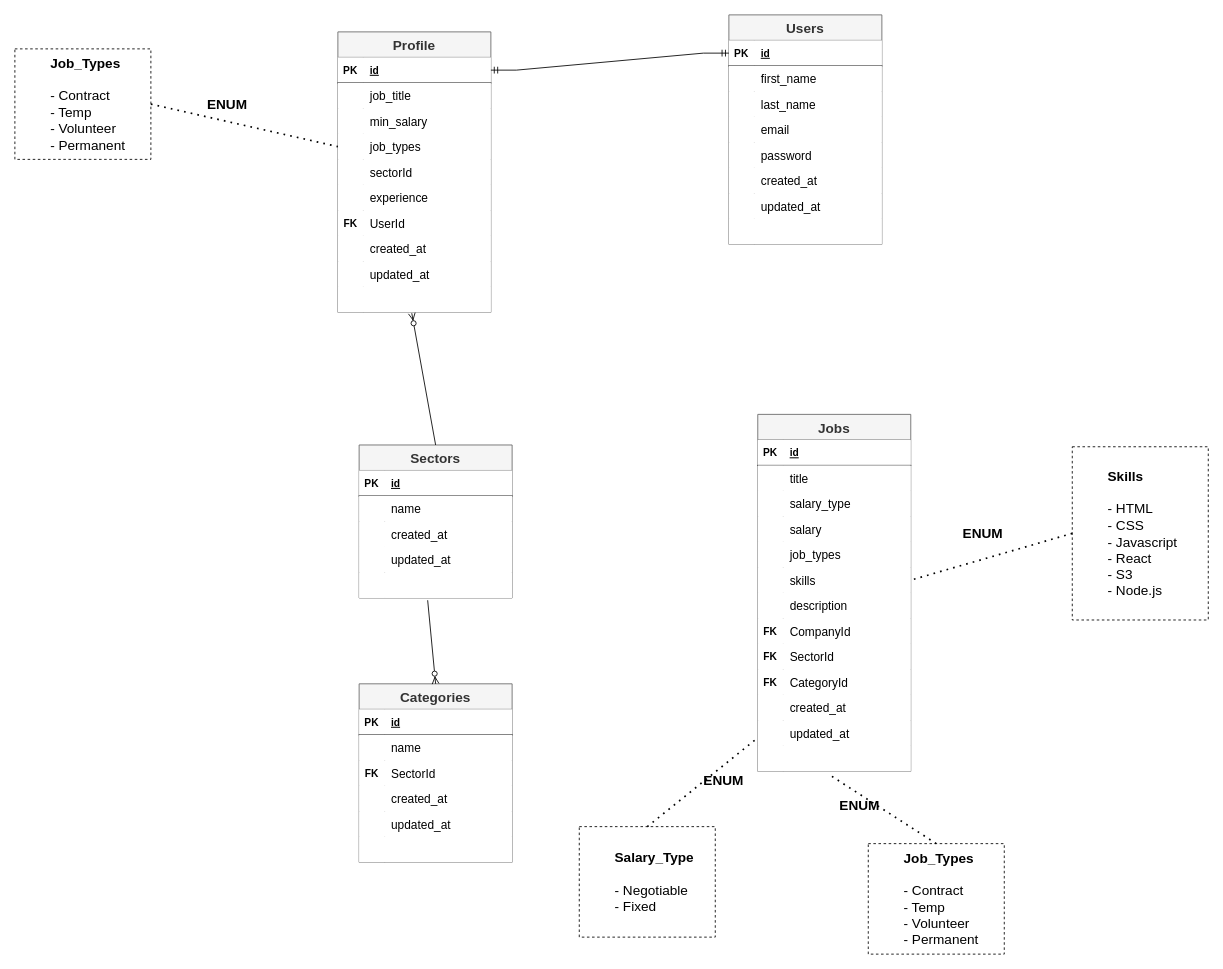
kingsley-ijomah/draw.io keeps this draw.io diagram as page "Jobs" (7 of 13) of JobPlus/Untitled Diagram.drawio. Above is the earlier version. Source tidied: cells renumbered, new cells numbered last; positions are measured from the earlier drawing's top-left corner, leaving out a move shared by most shapes. Both pictures are drawn from the tidied source at 85%, with x=0, y=0 at pixel (14, 14).
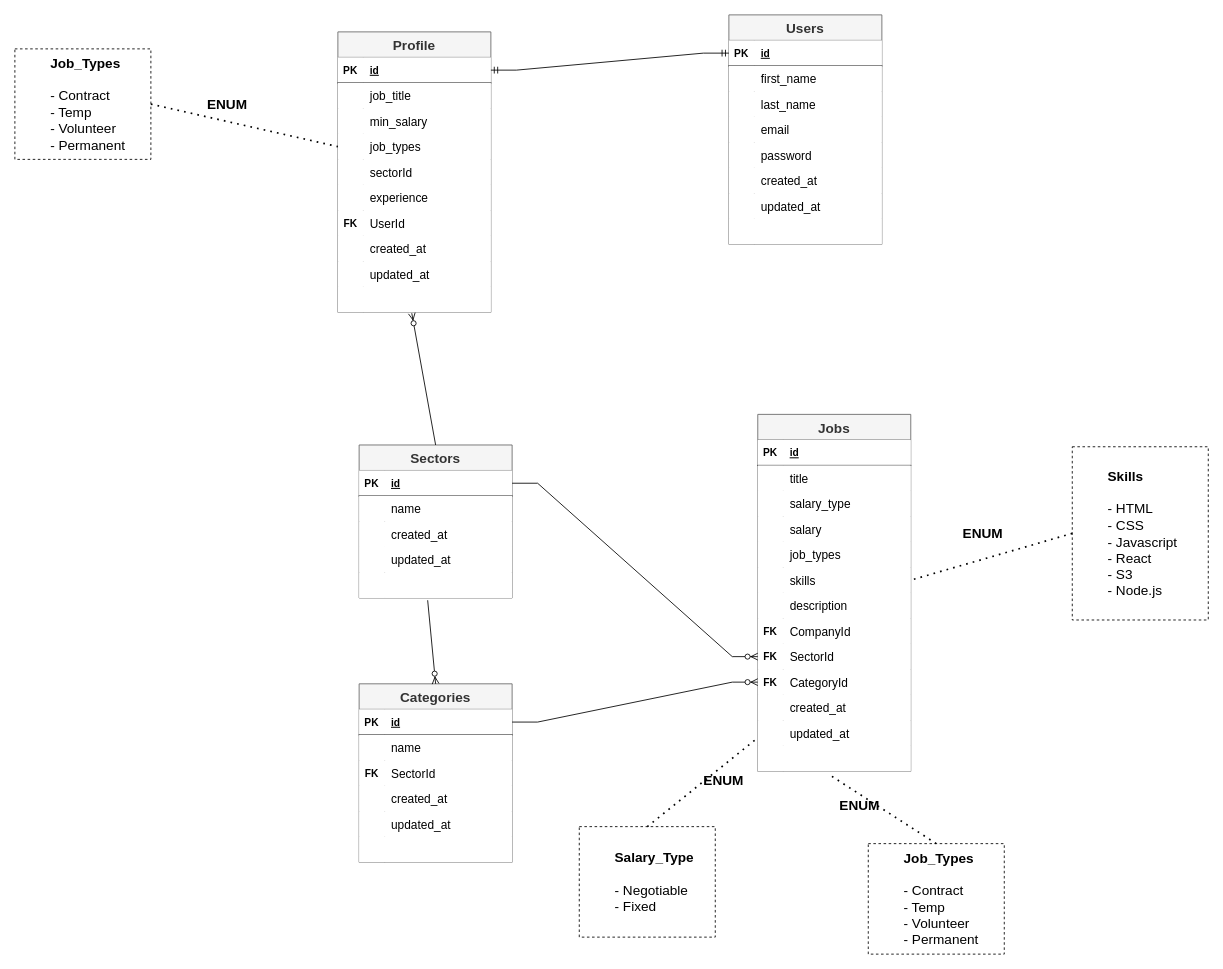
After the change.

Unchanged cells that the change refers to:
```xml
<mxCell id="28" style="shape=tableRow;horizontal=0;startSize=0;swimlaneHead=0;swimlaneBody=0;fillColor=default;points=[[0,0.5],[1,0.5]];portConstraint=eastwest;top=0;left=0;right=0;bottom=1;" parent="27" vertex="1">
  <mxGeometry y="30" width="180" height="30" as="geometry" />
</mxCell>
<mxCell id="68" style="shape=tableRow;horizontal=0;startSize=0;swimlaneHead=0;swimlaneBody=0;fillColor=default;points=[[0,0.5],[1,0.5]];portConstraint=eastwest;top=0;left=0;right=0;bottom=0;labelBorderColor=none;" parent="43" vertex="1">
  <mxGeometry y="270" width="180" height="30" as="geometry" />
</mxCell>
<mxCell id="71" style="shape=tableRow;horizontal=0;startSize=0;swimlaneHead=0;swimlaneBody=0;fillColor=default;points=[[0,0.5],[1,0.5]];portConstraint=eastwest;top=0;left=0;right=0;bottom=0;labelBorderColor=none;" parent="43" vertex="1">
  <mxGeometry y="300" width="180" height="30" as="geometry" />
</mxCell>
<mxCell id="118" style="shape=tableRow;horizontal=0;startSize=0;swimlaneHead=0;swimlaneBody=0;fillColor=default;points=[[0,0.5],[1,0.5]];portConstraint=eastwest;top=0;left=0;right=0;bottom=1;" parent="117" vertex="1">
  <mxGeometry y="30" width="180" height="30" as="geometry" />
</mxCell>
```

The edit, as a diff of the source:
```diff
@@
+    <mxCell id="148" style="edgeStyle=entityRelationEdgeStyle;fontSize=12;html=1;endArrow=ERzeroToMany;endFill=1;rounded=0;strokeColor=default;elbow=vertical;exitX=1;exitY=0.5;exitDx=0;exitDy=0;entryX=0;entryY=0.5;entryDx=0;entryDy=0;" parent="1" edge="1" source="28" target="68">
+      <mxGeometry relative="1" as="geometry" />
+    </mxCell>
+    <mxCell id="149" style="edgeStyle=entityRelationEdgeStyle;fontSize=12;html=1;endArrow=ERzeroToMany;endFill=1;rounded=0;strokeColor=default;elbow=vertical;exitX=1;exitY=0.5;exitDx=0;exitDy=0;entryX=0;entryY=0.5;entryDx=0;entryDy=0;" parent="1" edge="1" source="118" target="71">
+      <mxGeometry relative="1" as="geometry" />
+    </mxCell>
```
